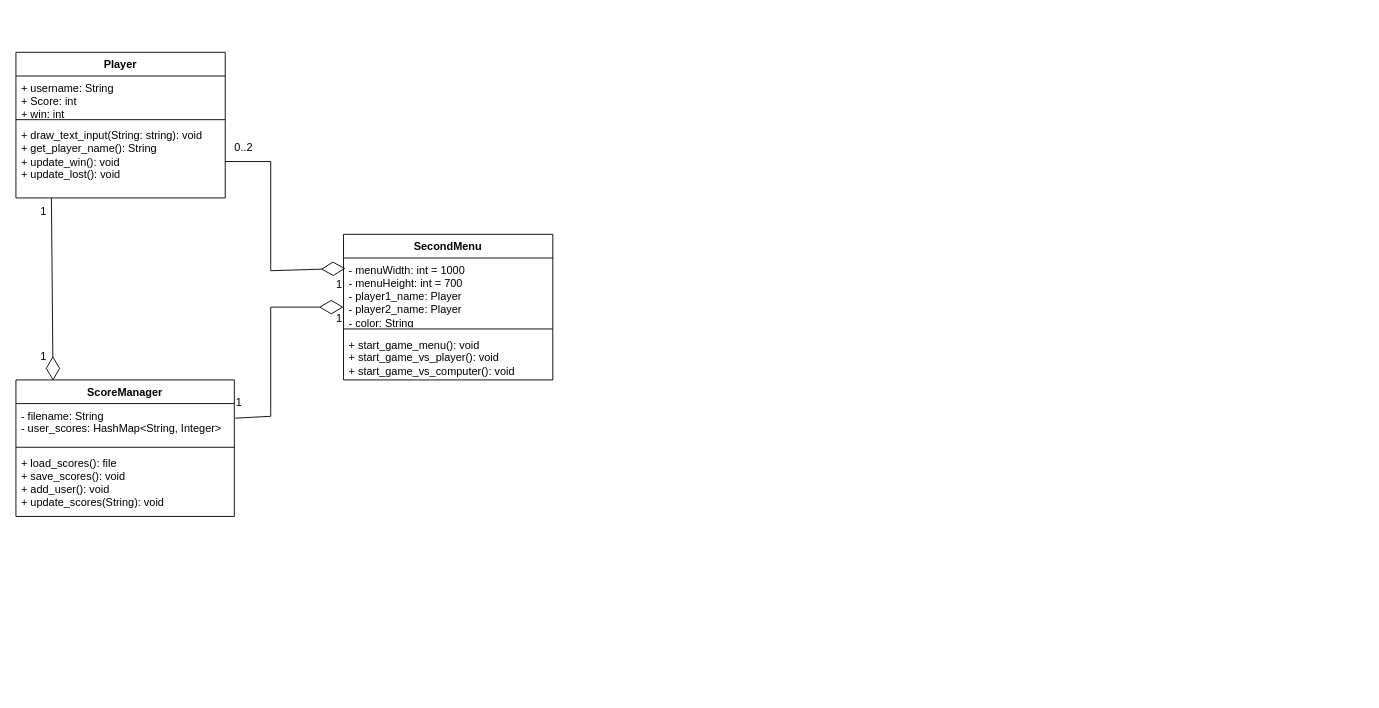
The draw.io diagram CheckersClass.drawio in levinoscar/cis3296s24, before the edit. Source tidied: cells renumbered, new cells numbered last; positions are measured from the earlier drawing's top-left corner, leaving out a move shared by most shapes. Both pictures are drawn from the tidied source at 91%, with x=0, y=0 at pixel (15, 52).
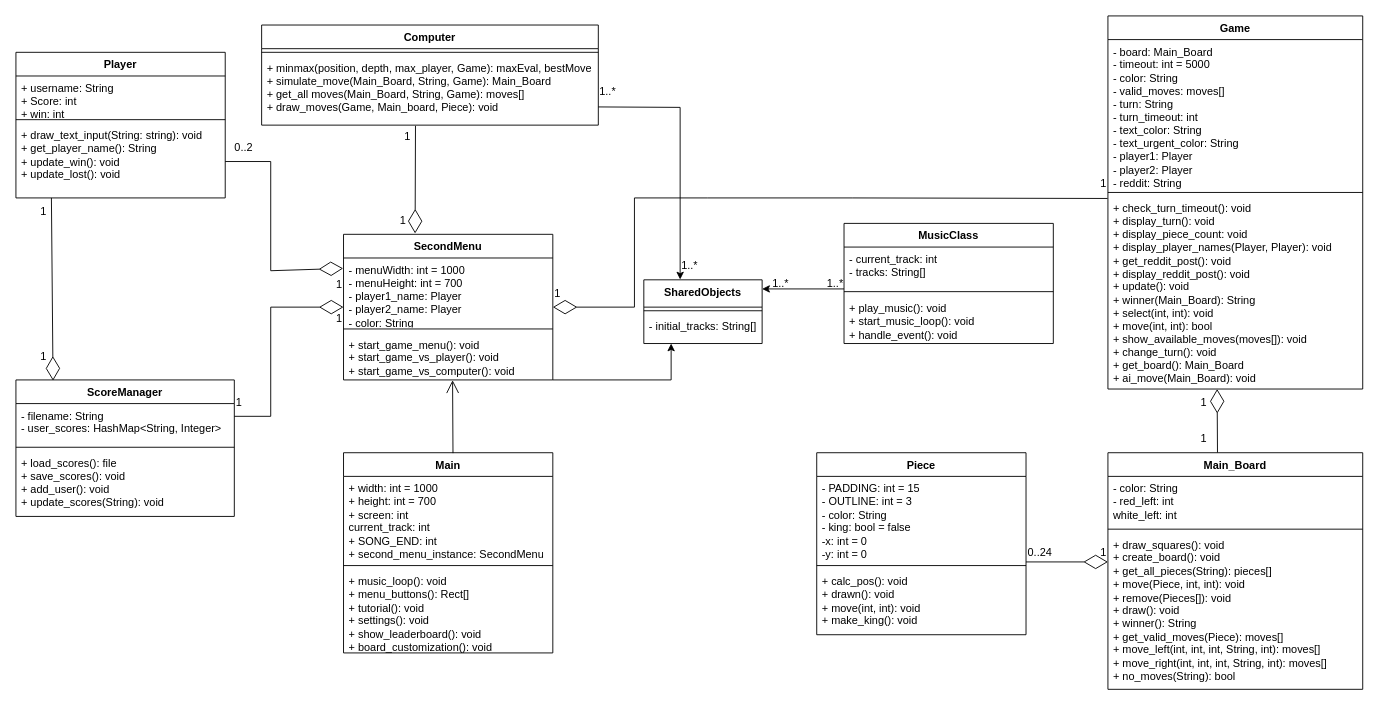
After the change.

Unchanged cells that the change refers to:
```xml
<mxCell id="9" value="SecondMenu" style="swimlane;fontStyle=1;align=center;verticalAlign=top;horizontal=1;startSize=26;whiteSpace=wrap;html=1;" parent="1" vertex="1">
  <mxGeometry x="360" y="200" width="230" height="160" as="geometry" />
</mxCell>
<mxCell id="10" value="- menuWidth: int = 1000&lt;div&gt;- menuHeight: int = 700&lt;/div&gt;&lt;div&gt;- player1_name: Player&lt;/div&gt;&lt;div&gt;- player2_name: Player&lt;/div&gt;&lt;div&gt;- color: String&lt;/div&gt;" style="text;strokeColor=none;fillColor=none;align=left;verticalAlign=top;spacingLeft=4;spacingRight=4;overflow=hidden;points=[[0,0.5],[1,0.5]];portConstraint=eastwest;whiteSpace=wrap;html=1;" parent="9" vertex="1">
  <mxGeometry y="26" width="230" height="74" as="geometry" />
</mxCell>
<mxCell id="12" value="+ start_game_menu(): void&lt;div&gt;+ start_game_vs_player(): void&lt;/div&gt;&lt;div&gt;+ start_game_vs_computer(): void&lt;/div&gt;" style="text;strokeColor=none;fillColor=none;align=left;verticalAlign=top;spacingLeft=4;spacingRight=4;overflow=hidden;points=[[0,0.5],[1,0.5]];portConstraint=eastwest;whiteSpace=wrap;html=1;" parent="9" vertex="1">
  <mxGeometry y="108" width="230" height="52" as="geometry" />
</mxCell>
<mxCell id="16" value="1" style="text;html=1;align=center;verticalAlign=middle;points=[];strokeColor=none;fillColor=none;" parent="1" vertex="1">
  <mxGeometry x="340" y="240" width="30" height="30" as="geometry" />
</mxCell>
<mxCell id="20" value="- filename: String&lt;div&gt;- user_scores: HashMap&amp;lt;String, Integer&amp;gt;&lt;/div&gt;" style="text;strokeColor=none;fillColor=none;align=left;verticalAlign=top;spacingLeft=4;spacingRight=4;overflow=hidden;points=[[0,0.5],[1,0.5]];portConstraint=eastwest;whiteSpace=wrap;html=1;" parent="19" vertex="1">
  <mxGeometry y="26" width="240" height="44" as="geometry" />
</mxCell>
```

Diff of the diagram source:
```diff
@@
-    <mxCell id="13" style="endArrow=diamondThin;endFill=0;endSize=24;html=1;rounded=0;entryX=0.009;entryY=0.155;entryDx=0;entryDy=0;entryPerimeter=0;" parent="1" edge="1" target="10">
+    <mxCell id="13" style="endArrow=diamondThin;endFill=0;endSize=24;html=1;rounded=0;entryX=0.654;entryY=-0.085;entryDx=0;entryDy=0;entryPerimeter=0;" parent="1" edge="1" target="16">
       <mxGeometry relative="1" as="geometry">
         <mxPoint x="230" y="120" as="sourcePoint" />
         <Array as="points">
           <mxPoint x="280" y="120" />
           <mxPoint x="280" y="240" />
         </Array>
       </mxGeometry>
     </mxCell>
-    <mxCell id="14" style="endArrow=diamondThin;endFill=0;endSize=24;html=1;rounded=0;exitX=1.004;exitY=0.364;exitDx=0;exitDy=0;exitPerimeter=0;" parent="1" edge="1" source="20">
+    <mxCell id="14" style="endArrow=diamondThin;endFill=0;endSize=24;html=1;rounded=0;" parent="1" edge="1">
       <mxGeometry relative="1" as="geometry">
+        <mxPoint x="240" y="400" as="sourcePoint" />
         <mxPoint x="360" y="280" as="targetPoint" />
         <Array as="points">
           <mxPoint x="280" y="400" />
           <mxPoint x="280" y="280" />
         </Array>
       </mxGeometry>
     </mxCell>
@@
+    <mxCell id="23" value="Computer" style="swimlane;fontStyle=1;align=center;verticalAlign=top;horizontal=1;startSize=26;whiteSpace=wrap;html=1;" parent="1" vertex="1">
+      <mxGeometry x="270" y="-30" width="370" height="110" as="geometry" />
+    </mxCell>
+    <mxCell id="24" style="line;strokeWidth=1;fillColor=none;align=left;verticalAlign=middle;spacingTop=-1;spacingLeft=3;spacingRight=3;labelPosition=right;strokeColor=inherit;" parent="23" vertex="1">
+      <mxGeometry y="26" width="370" height="8" as="geometry" />
+    </mxCell>
+    <mxCell id="25" value="+ minmax(position, depth, max_player, Game): maxEval, bestMove&lt;div&gt;+ simulate_move(Main_Board, String, Game): Main_Board&lt;/div&gt;&lt;div&gt;+ get_all moves(Main_Board, String, Game): moves[]&lt;/div&gt;&lt;div&gt;+ draw_moves(Game, Main_board, Piece): void&lt;/div&gt;" style="text;strokeColor=none;fillColor=none;align=left;verticalAlign=top;spacingLeft=4;spacingRight=4;overflow=hidden;points=[[0,0.5],[1,0.5]];portConstraint=eastwest;whiteSpace=wrap;html=1;" parent="23" vertex="1">
+      <mxGeometry y="34" width="370" height="76" as="geometry" />
+    </mxCell>
+    <mxCell id="26" value="1" style="text;html=1;align=center;verticalAlign=middle;strokeColor=none;fillColor=none;" parent="1" vertex="1">
+      <mxGeometry x="415" y="78" width="30" height="30" as="geometry" />
+    </mxCell>
+    <mxCell id="27" value="1" style="text;html=1;align=center;verticalAlign=middle;strokeColor=none;fillColor=none;" parent="1" vertex="1">
+      <mxGeometry x="410" y="170" width="30" height="30" as="geometry" />
+    </mxCell>
+    <mxCell id="28" value="Main" style="swimlane;fontStyle=1;align=center;verticalAlign=top;horizontal=1;startSize=26;whiteSpace=wrap;html=1;" parent="1" vertex="1">
+      <mxGeometry x="360" y="440" width="230" height="220" as="geometry" />
+    </mxCell>
+    <mxCell id="29" value="+ width: int = 1000&lt;div&gt;+ height: int = 700&lt;/div&gt;&lt;div&gt;+ screen: int&lt;/div&gt;&lt;div&gt;current_track: int&lt;/div&gt;&lt;div&gt;+ SONG_END: int&lt;/div&gt;&lt;div&gt;+ second_menu_instance: SecondMenu&lt;/div&gt;" style="text;strokeColor=none;fillColor=none;align=left;verticalAlign=top;spacingLeft=4;spacingRight=4;overflow=hidden;whiteSpace=wrap;html=1;" parent="28" vertex="1">
+      <mxGeometry y="26" width="230" height="94" as="geometry" />
+    </mxCell>
+    <mxCell id="30" style="line;strokeWidth=1;fillColor=none;align=left;verticalAlign=middle;spacingTop=-1;spacingLeft=3;spacingRight=3;labelPosition=right;strokeColor=inherit;" parent="28" vertex="1">
+      <mxGeometry y="120" width="230" height="8" as="geometry" />
+    </mxCell>
+    <mxCell id="31" value="+ music_loop(): void&lt;div&gt;+ menu_buttons(): Rect[]&lt;/div&gt;&lt;div&gt;+ tutorial(): void&lt;/div&gt;&lt;div&gt;+ settings(): void&lt;/div&gt;&lt;div&gt;+ show_leaderboard(): void&lt;/div&gt;&lt;div&gt;+ board_customization(): void&lt;/div&gt;" style="text;strokeColor=none;fillColor=none;align=left;verticalAlign=top;spacingLeft=4;spacingRight=4;overflow=hidden;whiteSpace=wrap;html=1;" parent="28" vertex="1">
+      <mxGeometry y="128" width="230" height="92" as="geometry" />
+    </mxCell>
+    <mxCell id="32" style="endArrow=open;endFill=1;endSize=12;html=1;rounded=0;entryX=0.521;entryY=1.006;entryDx=0;entryDy=0;entryPerimeter=0;exitX=0.523;exitY=0.002;exitDx=0;exitDy=0;exitPerimeter=0;" parent="1" edge="1" source="28" target="12">
+      <mxGeometry relative="1" as="geometry" />
+    </mxCell>
+    <mxCell id="33" style="edgeStyle=orthogonalEdgeStyle;rounded=0;jettySize=auto;html=1;exitX=1.005;exitY=0.434;exitDx=0;exitDy=0;exitPerimeter=0;entryX=0.307;entryY=-0.005;entryDx=0;entryDy=0;entryPerimeter=0;" parent="1" edge="1" target="34">
+      <mxGeometry relative="1" as="geometry">
+        <mxPoint x="640" y="60" as="sourcePoint" />
+      </mxGeometry>
+    </mxCell>
+    <mxCell id="34" value="SharedObjects" style="swimlane;fontStyle=1;align=center;verticalAlign=top;horizontal=1;startSize=30;whiteSpace=wrap;html=1;" parent="1" vertex="1">
+      <mxGeometry x="690" y="250" width="130" height="70" as="geometry" />
+    </mxCell>
+    <mxCell id="35" style="line;strokeWidth=1;fillColor=none;align=left;verticalAlign=middle;spacingTop=-1;spacingLeft=3;spacingRight=3;labelPosition=right;strokeColor=inherit;" parent="34" vertex="1">
+      <mxGeometry y="30" width="130" height="8" as="geometry" />
+    </mxCell>
+    <mxCell id="36" value="- initial_tracks: String[]" style="text;strokeColor=none;fillColor=none;align=left;verticalAlign=top;spacingLeft=4;spacingRight=4;overflow=hidden;whiteSpace=wrap;html=1;" parent="34" vertex="1">
+      <mxGeometry y="38" width="130" height="32" as="geometry" />
+    </mxCell>
+    <mxCell id="37" value="1..*" style="text;html=1;align=center;verticalAlign=middle;strokeColor=none;fillColor=none;" parent="1" vertex="1">
+      <mxGeometry x="720" y="220" width="40" height="30" as="geometry" />
+    </mxCell>
+    <mxCell id="38" value="1..*" style="text;html=1;align=center;verticalAlign=middle;strokeColor=none;fillColor=none;" parent="1" vertex="1">
+      <mxGeometry x="630" y="28" width="40" height="30" as="geometry" />
+    </mxCell>
+    <mxCell id="39" style="edgeStyle=orthogonalEdgeStyle;rounded=0;orthogonalLoop=1;jettySize=auto;html=1;" parent="1" edge="1">
+      <mxGeometry relative="1" as="geometry">
+        <mxPoint x="590" y="360" as="sourcePoint" />
+        <mxPoint x="720" y="320" as="targetPoint" />
+        <Array as="points">
+          <mxPoint x="590" y="360" />
+          <mxPoint x="720" y="360" />
+        </Array>
+      </mxGeometry>
+    </mxCell>
+    <mxCell id="40" value="MusicClass" style="swimlane;fontStyle=1;align=center;verticalAlign=top;horizontal=1;startSize=26;whiteSpace=wrap;html=1;" parent="1" vertex="1">
+      <mxGeometry x="910" y="188" width="230" height="132" as="geometry" />
+    </mxCell>
+    <mxCell id="41" value="- current_track: int&lt;div&gt;- tracks: String[]&lt;/div&gt;" style="text;strokeColor=none;fillColor=none;align=left;verticalAlign=top;spacingLeft=4;spacingRight=4;overflow=hidden;whiteSpace=wrap;html=1;" parent="40" vertex="1">
+      <mxGeometry y="26" width="230" height="44" as="geometry" />
+    </mxCell>
+    <mxCell id="42" style="line;strokeWidth=1;fillColor=none;align=left;verticalAlign=middle;spacingTop=-1;spacingLeft=3;spacingRight=3;labelPosition=right;strokeColor=inherit;" parent="40" vertex="1">
+      <mxGeometry y="70" width="230" height="10" as="geometry" />
+    </mxCell>
+    <mxCell id="43" value="+ play_music(): void&lt;div&gt;+ start_music_loop(): void&lt;/div&gt;&lt;div&gt;+ handle_event(): void&lt;/div&gt;" style="text;strokeColor=none;fillColor=none;align=left;verticalAlign=top;spacingLeft=4;spacingRight=4;overflow=hidden;whiteSpace=wrap;html=1;" parent="40" vertex="1">
+      <mxGeometry y="80" width="230" height="52" as="geometry" />
+    </mxCell>
+    <mxCell id="44" value="1..*" style="text;html=1;align=center;verticalAlign=middle;strokeColor=none;fillColor=none;" parent="1" vertex="1">
+      <mxGeometry x="880" y="239" width="40" height="30" as="geometry" />
+    </mxCell>
+    <mxCell id="45" value="1..*" style="text;html=1;align=center;verticalAlign=middle;strokeColor=none;fillColor=none;" parent="1" vertex="1">
+      <mxGeometry x="820" y="239" width="40" height="30" as="geometry" />
+    </mxCell>
+    <mxCell id="46" style="edgeStyle=orthogonalEdgeStyle;rounded=0;orthogonalLoop=1;jettySize=auto;html=1;" parent="1" edge="1">
+      <mxGeometry relative="1" as="geometry">
+        <mxPoint x="910" y="260" as="sourcePoint" />
+        <mxPoint x="820" y="260" as="targetPoint" />
+        <Array as="points">
+          <mxPoint x="910" y="260" />
+          <mxPoint x="860" y="260" />
+        </Array>
+      </mxGeometry>
+    </mxCell>
+    <mxCell id="47" value="Piece" style="swimlane;fontStyle=1;align=center;verticalAlign=top;horizontal=1;startSize=26;whiteSpace=wrap;html=1;" parent="1" vertex="1">
+      <mxGeometry x="880" y="440" width="230" height="200" as="geometry" />
+    </mxCell>
+    <mxCell id="48" value="- PADDING: int = 15&lt;div&gt;- OUTLINE: int = 3&lt;/div&gt;&lt;div&gt;- color: String&lt;/div&gt;&lt;div&gt;- king: bool = false&lt;/div&gt;&lt;div&gt;-x: int = 0&lt;/div&gt;&lt;div&gt;-y: int = 0&lt;/div&gt;" style="text;strokeColor=none;fillColor=none;align=left;verticalAlign=top;spacingLeft=4;spacingRight=4;overflow=hidden;whiteSpace=wrap;html=1;" parent="47" vertex="1">
+      <mxGeometry y="26" width="230" height="94" as="geometry" />
+    </mxCell>
+    <mxCell id="49" style="line;strokeWidth=1;fillColor=none;align=left;verticalAlign=middle;spacingTop=-1;spacingLeft=3;spacingRight=3;labelPosition=right;strokeColor=inherit;" parent="47" vertex="1">
+      <mxGeometry y="120" width="230" height="8" as="geometry" />
+    </mxCell>
+    <mxCell id="50" value="+ calc_pos(): void&lt;div&gt;+ drawn(): void&lt;/div&gt;&lt;div&gt;+ move(int, int): void&lt;/div&gt;&lt;div&gt;+ make_king(): void&lt;/div&gt;" style="text;strokeColor=none;fillColor=none;align=left;verticalAlign=top;spacingLeft=4;spacingRight=4;overflow=hidden;whiteSpace=wrap;html=1;" parent="47" vertex="1">
+      <mxGeometry y="128" width="230" height="72" as="geometry" />
+    </mxCell>
+    <mxCell id="51" value="Main_Board" style="swimlane;fontStyle=1;align=center;verticalAlign=top;horizontal=1;startSize=26;whiteSpace=wrap;html=1;" parent="1" vertex="1">
+      <mxGeometry x="1200" y="440" width="280" height="260" as="geometry" />
+    </mxCell>
+    <mxCell id="52" value="- color: String&lt;div&gt;- red_left: int&lt;/div&gt;&lt;div&gt;white_left: int&lt;/div&gt;" style="text;strokeColor=none;fillColor=none;align=left;verticalAlign=top;spacingLeft=4;spacingRight=4;overflow=hidden;whiteSpace=wrap;html=1;" parent="51" vertex="1">
+      <mxGeometry y="26" width="280" height="54" as="geometry" />
+    </mxCell>
+    <mxCell id="53" style="line;strokeWidth=1;fillColor=none;align=left;verticalAlign=middle;spacingTop=-1;spacingLeft=3;spacingRight=3;labelPosition=right;strokeColor=inherit;" parent="51" vertex="1">
+      <mxGeometry y="80" width="280" height="8" as="geometry" />
+    </mxCell>
+    <mxCell id="54" value="+ draw_squares(): void&lt;div&gt;+ create_board(): void&lt;/div&gt;&lt;div&gt;+ get_all_pieces(String): pieces[]&lt;/div&gt;&lt;div&gt;+ move(Piece, int, int): void&lt;/div&gt;&lt;div&gt;+ remove(Pieces[]): void&lt;/div&gt;&lt;div&gt;+ draw(): void&lt;/div&gt;&lt;div&gt;+ winner(): String&lt;/div&gt;&lt;div&gt;+ get_valid_moves(Piece): moves[]&lt;/div&gt;&lt;div&gt;+ move_left(int, int, int, String, int): moves[]&lt;/div&gt;&lt;div&gt;+ move_right(int, int, int, String, int): moves[]&lt;/div&gt;&lt;div&gt;+ no_moves(String): bool&lt;/div&gt;" style="text;strokeColor=none;fillColor=none;align=left;verticalAlign=top;spacingLeft=4;spacingRight=4;overflow=hidden;whiteSpace=wrap;html=1;" parent="51" vertex="1">
+      <mxGeometry y="88" width="280" height="172" as="geometry" />
+    </mxCell>
+    <mxCell id="55" value="1" style="text;html=1;align=center;verticalAlign=middle;strokeColor=none;fillColor=none;" parent="1" vertex="1">
+      <mxGeometry x="1180" y="535" width="30" height="30" as="geometry" />
+    </mxCell>
+    <mxCell id="56" value="0..24" style="text;html=1;align=center;verticalAlign=middle;strokeColor=none;fillColor=none;" parent="1" vertex="1">
+      <mxGeometry x="1100" y="535" width="50" height="30" as="geometry" />
+    </mxCell>
+    <mxCell id="57" value="Game" style="swimlane;fontStyle=1;align=center;verticalAlign=top;horizontal=1;startSize=26;whiteSpace=wrap;html=1;" parent="1" vertex="1">
+      <mxGeometry x="1200" y="-40" width="280" height="410" as="geometry" />
+    </mxCell>
+    <mxCell id="58" value="- board: Main_Board&lt;div&gt;- timeout: int = 5000&lt;/div&gt;&lt;div&gt;- color: String&lt;/div&gt;&lt;div&gt;- valid_moves: moves[]&lt;/div&gt;&lt;div&gt;- turn: String&lt;/div&gt;&lt;div&gt;- turn_timeout: int&lt;/div&gt;&lt;div&gt;- text_color: String&lt;/div&gt;&lt;div&gt;- text_urgent_color: String&lt;/div&gt;&lt;div&gt;- player1: Player&lt;/div&gt;&lt;div&gt;- player2: Player&lt;/div&gt;&lt;div&gt;- reddit: String&lt;/div&gt;" style="text;strokeColor=none;fillColor=none;align=left;verticalAlign=top;spacingLeft=4;spacingRight=4;overflow=hidden;whiteSpace=wrap;html=1;" parent="57" vertex="1">
+      <mxGeometry y="26" width="280" height="164" as="geometry" />
+    </mxCell>
+    <mxCell id="59" style="line;strokeWidth=1;fillColor=none;align=left;verticalAlign=middle;spacingTop=-1;spacingLeft=3;spacingRight=3;labelPosition=right;strokeColor=inherit;" parent="57" vertex="1">
+      <mxGeometry y="190" width="280" height="8" as="geometry" />
+    </mxCell>
+    <mxCell id="60" value="+ check_turn_timeout(): void&lt;div&gt;+ display_turn(): void&lt;/div&gt;&lt;div&gt;+ display_piece_count: void&lt;/div&gt;&lt;div&gt;+ display_player_names(Player, Player): void&lt;/div&gt;&lt;div&gt;+ get_reddit_post(): void&lt;/div&gt;&lt;div&gt;+ display_reddit_post(): void&lt;/div&gt;&lt;div&gt;+ update(): void&lt;/div&gt;&lt;div&gt;+ winner(Main_Board): String&lt;/div&gt;&lt;div&gt;+ select(int, int): void&lt;/div&gt;&lt;div&gt;+ move(int, int): bool&lt;/div&gt;&lt;div&gt;+ show_available_moves(moves[]): void&lt;/div&gt;&lt;div&gt;+ change_turn(): void&lt;/div&gt;&lt;div&gt;+ get_board(): Main_Board&lt;/div&gt;&lt;div&gt;+ ai_move(Main_Board): void&lt;/div&gt;" style="text;strokeColor=none;fillColor=none;align=left;verticalAlign=top;spacingLeft=4;spacingRight=4;overflow=hidden;whiteSpace=wrap;html=1;" parent="57" vertex="1">
+      <mxGeometry y="198" width="280" height="212" as="geometry" />
+    </mxCell>
+    <mxCell id="61" value="1" style="text;html=1;align=center;verticalAlign=middle;strokeColor=none;fillColor=none;" parent="1" vertex="1">
+      <mxGeometry x="1290" y="410" width="30" height="30" as="geometry" />
+    </mxCell>
+    <mxCell id="62" value="1" style="text;html=1;align=center;verticalAlign=middle;strokeColor=none;fillColor=none;" parent="1" vertex="1">
+      <mxGeometry x="1290" y="370" width="30" height="30" as="geometry" />
+    </mxCell>
+    <mxCell id="63" value="1" style="text;html=1;align=center;verticalAlign=middle;strokeColor=none;fillColor=none;" parent="1" vertex="1">
+      <mxGeometry x="580" y="250" width="30" height="30" as="geometry" />
+    </mxCell>
+    <mxCell id="64" value="1" style="text;html=1;align=center;verticalAlign=middle;strokeColor=none;fillColor=none;" parent="1" vertex="1">
+      <mxGeometry x="1180" y="130" width="30" height="30" as="geometry" />
+    </mxCell>
+    <mxCell id="65" style="endArrow=diamondThin;endFill=0;endSize=24;html=1;rounded=0;exitX=0.457;exitY=1.01;exitDx=0;exitDy=0;exitPerimeter=0;entryX=0.342;entryY=-0.006;entryDx=0;entryDy=0;entryPerimeter=0;" parent="1" edge="1" source="25" target="9">
+      <mxGeometry relative="1" as="geometry" />
+    </mxCell>
+    <mxCell id="66" style="endArrow=diamondThin;endFill=0;endSize=24;html=1;rounded=0;entryX=0.343;entryY=0.999;entryDx=0;entryDy=0;entryPerimeter=0;exitX=0.646;exitY=0.952;exitDx=0;exitDy=0;exitPerimeter=0;" parent="1" edge="1">
+      <mxGeometry relative="1" as="geometry">
+        <mxPoint x="1199.6" y="160.6" as="sourcePoint" />
+        <mxPoint x="590" y="280" as="targetPoint" />
+        <Array as="points">
+          <mxPoint x="919.7" y="160" />
+          <mxPoint x="759.7" y="160" />
+          <mxPoint x="679.7" y="160" />
+          <mxPoint x="679.7" y="280" />
+        </Array>
+      </mxGeometry>
+    </mxCell>
+    <mxCell id="67" style="endArrow=diamondThin;endFill=0;endSize=24;html=1;rounded=0;" parent="1" edge="1">
+      <mxGeometry relative="1" as="geometry">
+        <mxPoint x="1110" y="560" as="sourcePoint" />
+        <mxPoint x="1200" y="560" as="targetPoint" />
+      </mxGeometry>
+    </mxCell>
+    <mxCell id="68" style="endArrow=diamondThin;endFill=0;endSize=24;html=1;rounded=0;exitX=0.43;exitY=-0.001;exitDx=0;exitDy=0;exitPerimeter=0;" parent="1" edge="1" source="51">
+      <mxGeometry relative="1" as="geometry">
+        <mxPoint x="1320" y="370" as="targetPoint" />
+      </mxGeometry>
+    </mxCell>
```
